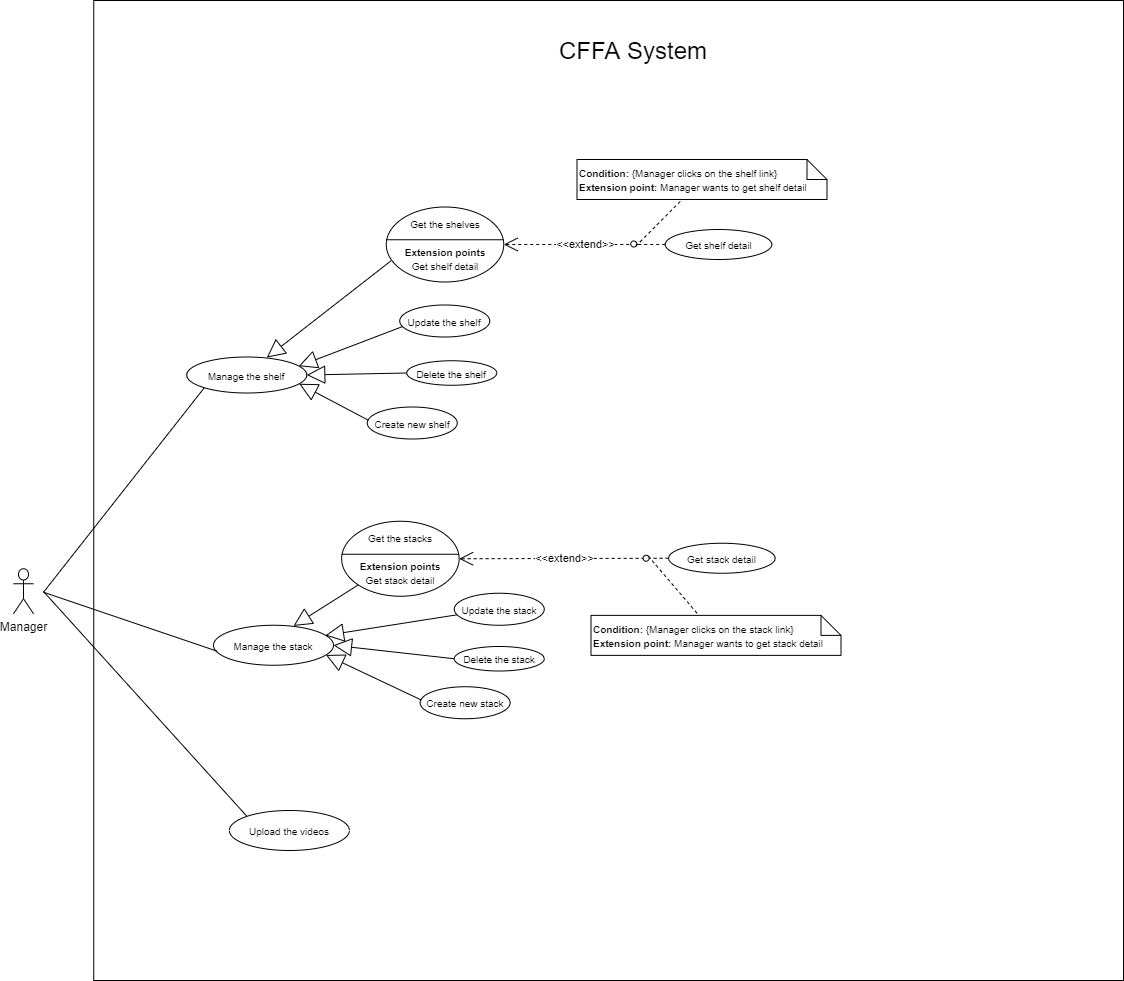
Above: Users/HuuDN/UsecaseDiagram/UsecaseOverview-Manager.png in luannmdev/CapstoneDocument (draw.io), before the change. Source tidied: cells renumbered, new cells last; positions are measured from the earlier drawing's top-left corner, leaving out a move shared by most shapes.
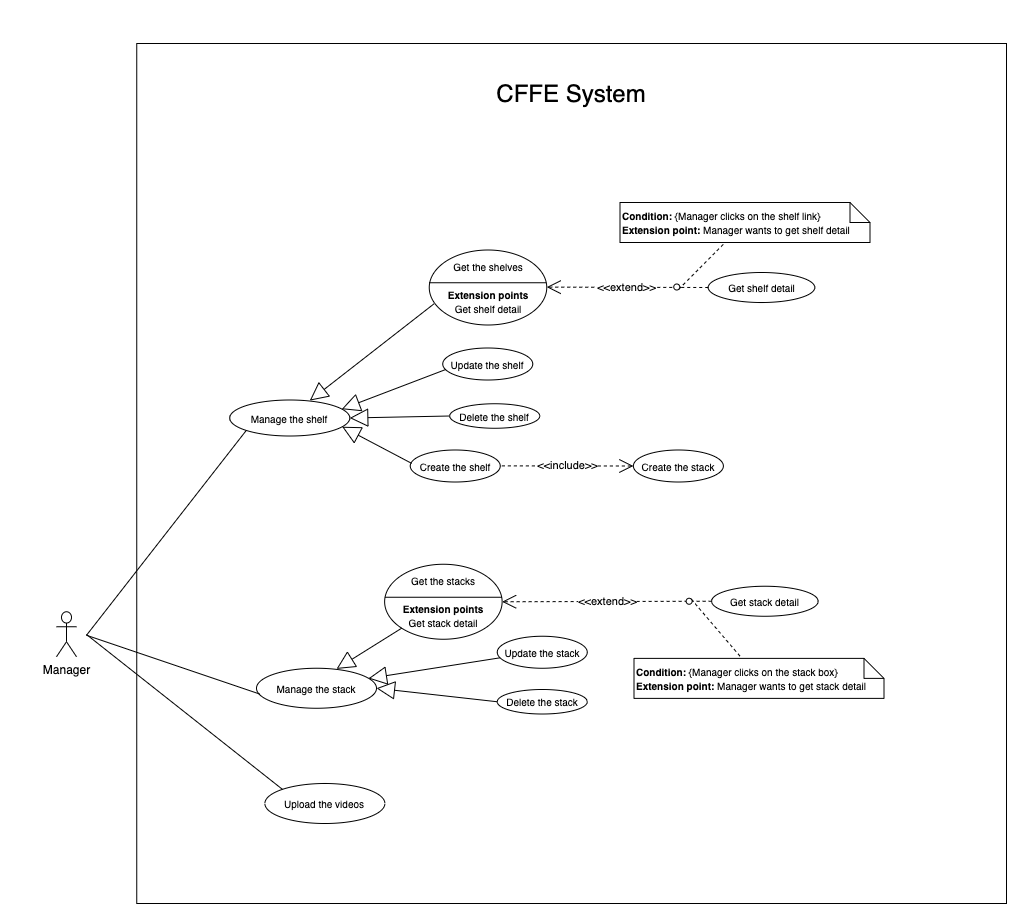
The same diagram one commit later.

Diff of the diagram source:
```diff
@@ -3,10 +3,10 @@
     <mxCell id="0" />
     <mxCell id="1" parent="0" />
     <mxCell id="2" style="rounded=0;whiteSpace=wrap;html=1;" parent="1" vertex="1">
-      <mxGeometry x="80.2" width="1029.8" height="980" as="geometry" />
+      <mxGeometry x="80.2" width="869.8" height="860" as="geometry" />
     </mxCell>
-    <mxCell id="3" value="&lt;span style=&quot;font-size: 24px&quot;&gt;CFFA System&lt;/span&gt;" style="text;html=1;strokeColor=none;fillColor=none;align=center;verticalAlign=middle;whiteSpace=wrap;rounded=0;" parent="1" vertex="1">
-      <mxGeometry x="455.2" y="40" width="330" height="20" as="geometry" />
+    <mxCell id="3" value="&lt;span style=&quot;font-size: 24px&quot;&gt;CFFE System&lt;/span&gt;" style="text;html=1;strokeColor=none;fillColor=none;align=center;verticalAlign=middle;whiteSpace=wrap;rounded=0;" parent="1" vertex="1">
+      <mxGeometry x="350.1" y="40" width="330" height="20" as="geometry" />
     </mxCell>
     <mxCell id="4" value="Manager" style="shape=umlActor;verticalLabelPosition=bottom;verticalAlign=top;html=1;" parent="1" vertex="1">
       <mxGeometry y="568.2" width="20" height="45" as="geometry" />
@@ -38,7 +38,7 @@
     <mxCell id="13" value="&lt;font style=&quot;font-size: 10px&quot;&gt;Delete the&amp;nbsp;&lt;/font&gt;&lt;span style=&quot;font-size: 10px&quot;&gt;shelf&lt;/span&gt;" style="ellipse;whiteSpace=wrap;html=1;fillColor=#ffffff;gradientColor=none;" parent="1" vertex="1">
       <mxGeometry x="393.2" y="360.2" width="90" height="24.5" as="geometry" />
     </mxCell>
-    <mxCell id="14" value="&lt;span style=&quot;font-size: 10px&quot;&gt;Create new&amp;nbsp;&lt;/span&gt;&lt;span style=&quot;font-size: 10px&quot;&gt;shelf&lt;/span&gt;" style="ellipse;whiteSpace=wrap;html=1;fillColor=#ffffff;gradientColor=none;" parent="1" vertex="1">
+    <mxCell id="14" value="&lt;span style=&quot;font-size: 10px&quot;&gt;Create the&amp;nbsp;&lt;/span&gt;&lt;span style=&quot;font-size: 10px&quot;&gt;shelf&lt;/span&gt;" style="ellipse;whiteSpace=wrap;html=1;fillColor=#ffffff;gradientColor=none;" parent="1" vertex="1">
       <mxGeometry x="353.8" y="406.5" width="90" height="32" as="geometry" />
     </mxCell>
     <mxCell id="15" value="&lt;font style=&quot;font-size: 10px&quot;&gt;Manage the shelf&lt;/font&gt;" style="ellipse;whiteSpace=wrap;html=1;" parent="1" vertex="1">
@@ -73,7 +73,7 @@
     <mxCell id="24" value="&amp;lt;&amp;lt;extend&amp;gt;&amp;gt;" style="endArrow=open;endSize=12;dashed=1;html=1;exitX=0;exitY=0.5;exitDx=0;exitDy=0;" parent="1" edge="1" source="23" target="21">
       <mxGeometry relative="1" as="geometry" />
     </mxCell>
-    <mxCell id="25" value="&lt;font style=&quot;font-size: 10px&quot;&gt;&lt;b&gt;Condition: &lt;/b&gt;{Manager&amp;nbsp;clicks on the&amp;nbsp;&lt;span style=&quot;text-align: center&quot;&gt;stack&lt;/span&gt;&amp;nbsp;link}&lt;br&gt;&lt;b&gt;Extension point:&amp;nbsp;&lt;/b&gt;Manager&amp;nbsp;wants to get&amp;nbsp;&lt;span style=&quot;text-align: center&quot;&gt;stack&lt;/span&gt;&amp;nbsp;detail&lt;/font&gt;" style="shape=note;size=20;whiteSpace=wrap;html=1;align=left;" parent="1" vertex="1">
+    <mxCell id="25" value="&lt;font style=&quot;font-size: 10px&quot;&gt;&lt;b&gt;Condition: &lt;/b&gt;{Manager&amp;nbsp;clicks on the&amp;nbsp;&lt;span style=&quot;text-align: center&quot;&gt;stack&lt;/span&gt;&amp;nbsp;box}&lt;br&gt;&lt;b&gt;Extension point:&amp;nbsp;&lt;/b&gt;Manager&amp;nbsp;wants to get&amp;nbsp;&lt;span style=&quot;text-align: center&quot;&gt;stack&lt;/span&gt;&amp;nbsp;detail&lt;/font&gt;" style="shape=note;size=20;whiteSpace=wrap;html=1;align=left;" parent="1" vertex="1">
       <mxGeometry x="577.5" y="614.9" width="250" height="40" as="geometry" />
     </mxCell>
     <mxCell id="26" style="endArrow=none;dashed=1;html=1;exitX=1;exitY=0;exitDx=0;exitDy=0;" parent="1" edge="1" source="27" target="25">
@@ -88,9 +88,6 @@
     <mxCell id="29" value="&lt;font style=&quot;font-size: 10px&quot;&gt;&lt;font style=&quot;font-size: 10px&quot;&gt;Delete the&amp;nbsp;&lt;/font&gt;stack&lt;/font&gt;" style="ellipse;whiteSpace=wrap;html=1;fillColor=#ffffff;gradientColor=none;" parent="1" vertex="1">
       <mxGeometry x="440.8" y="646" width="90" height="24.5" as="geometry" />
     </mxCell>
-    <mxCell id="30" value="&lt;font style=&quot;font-size: 10px&quot;&gt;Create new&amp;nbsp;stack&lt;/font&gt;" style="ellipse;whiteSpace=wrap;html=1;fillColor=#ffffff;gradientColor=none;" parent="1" vertex="1">
-      <mxGeometry x="406.6" y="686.2" width="90" height="32" as="geometry" />
-    </mxCell>
     <mxCell id="31" value="&lt;font style=&quot;font-size: 10px&quot;&gt;Manage the stack&lt;/font&gt;" style="ellipse;whiteSpace=wrap;html=1;" parent="1" vertex="1">
       <mxGeometry x="200" y="624.8" width="120" height="40" as="geometry" />
     </mxCell>
@@ -103,21 +100,26 @@
     <mxCell id="34" style="endArrow=block;endSize=16;endFill=0;html=1;entryX=1;entryY=0.5;entryDx=0;entryDy=0;exitX=0;exitY=0.5;exitDx=0;exitDy=0;" parent="1" edge="1" source="29" target="31">
       <mxGeometry relative="1" as="geometry" />
     </mxCell>
-    <mxCell id="35" style="endArrow=block;endSize=16;endFill=0;html=1;entryX=0.937;entryY=0.743;entryDx=0;entryDy=0;exitX=0.015;exitY=0.417;exitDx=0;exitDy=0;entryPerimeter=0;exitPerimeter=0;" parent="1" edge="1" source="30" target="31">
-      <mxGeometry relative="1" as="geometry" />
-    </mxCell>
     <mxCell id="36" style="endArrow=none;html=1;rounded=0;entryX=0.024;entryY=0.642;entryDx=0;entryDy=0;entryPerimeter=0;" parent="1" edge="1" target="31">
       <mxGeometry relative="1" as="geometry">
         <mxPoint x="30" y="591.8" as="sourcePoint" />
       </mxGeometry>
     </mxCell>
     <mxCell id="37" value="&lt;span style=&quot;font-size: 10px&quot;&gt;Upload the videos&lt;/span&gt;" style="ellipse;whiteSpace=wrap;html=1;fillColor=#ffffff;gradientColor=none;" parent="1" vertex="1">
-      <mxGeometry x="215.9" y="810" width="120" height="40" as="geometry" />
+      <mxGeometry x="208.4" y="740" width="120" height="40" as="geometry" />
     </mxCell>
     <mxCell id="38" style="endArrow=none;html=1;rounded=0;entryX=0;entryY=0;entryDx=0;entryDy=0;" parent="1" edge="1" target="37">
       <mxGeometry relative="1" as="geometry">
         <mxPoint x="30" y="591" as="sourcePoint" />
       </mxGeometry>
     </mxCell>
+    <mxCell id="39" value="&lt;font style=&quot;font-size: 10px&quot;&gt;Create the stack&lt;/font&gt;" style="ellipse;whiteSpace=wrap;html=1;fillColor=#ffffff;gradientColor=none;" parent="1" vertex="1">
+      <mxGeometry x="576.9" y="406.5" width="90" height="32" as="geometry" />
+    </mxCell>
+    <mxCell id="40" value="&amp;lt;&amp;lt;include&amp;gt;&amp;gt;" style="endArrow=open;endSize=12;dashed=1;html=1;entryX=0;entryY=0.5;entryDx=0;entryDy=0;exitX=1;exitY=0.5;exitDx=0;exitDy=0;" parent="1" edge="1" target="39">
+      <mxGeometry relative="1" as="geometry">
+        <mxPoint x="445.4" y="422.4" as="sourcePoint" />
+      </mxGeometry>
+    </mxCell>
   </root>
 </mxGraphModel>
```
